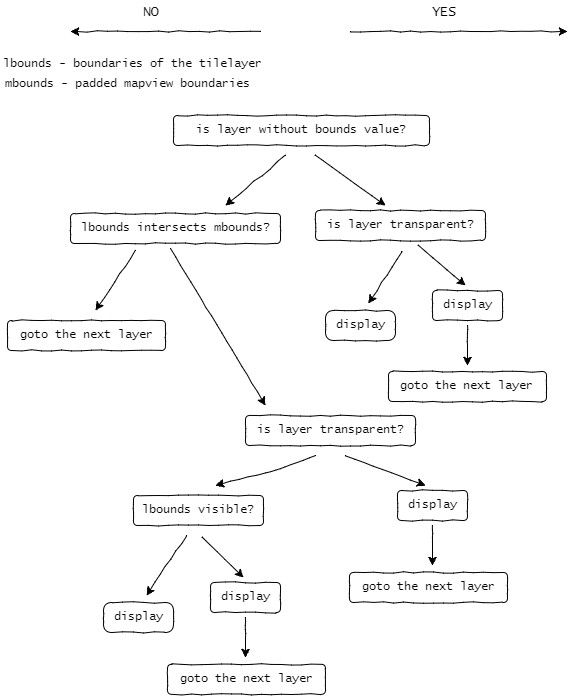
Above: schema.png in adammertel/Leaflet.TilesExtentManager (draw.io), before the change. Source tidied: cells renumbered, new cells last; positions are measured from the earlier drawing's top-left corner, leaving out a move shared by most shapes.
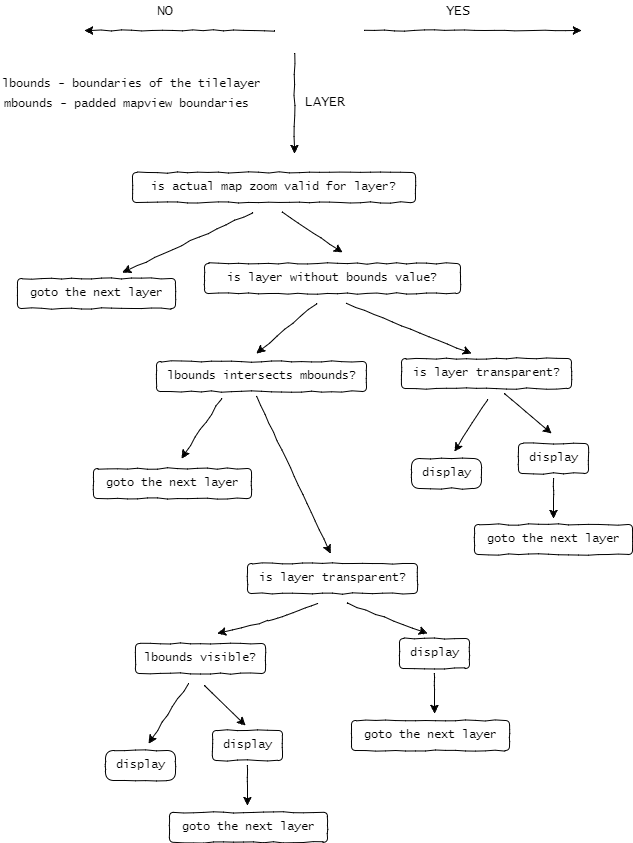
The same file after the commit.

The edit, as a diff of the source:
```diff
@@ -4,159 +4,186 @@
     <mxCell id="1" parent="0" />
     <mxCell id="2" style="endArrow=classic;html=1;comic=1;" parent="1" edge="1">
       <mxGeometry relative="1" as="geometry">
-        <mxPoint x="284" y="154" as="sourcePoint" />
-        <mxPoint x="224" y="204" as="targetPoint" />
+        <mxPoint x="295" y="292" as="sourcePoint" />
+        <mxPoint x="235" y="342" as="targetPoint" />
       </mxGeometry>
     </mxCell>
     <mxCell id="3" style="endArrow=classic;html=1;comic=1;" parent="1" edge="1">
-      <mxGeometry x="341" y="170" as="geometry">
-        <mxPoint x="314" y="154" as="sourcePoint" />
-        <mxPoint x="384" y="204" as="targetPoint" />
+      <mxGeometry x="407" y="308" as="geometry">
+        <mxPoint x="325" y="292" as="sourcePoint" />
+        <mxPoint x="450" y="342" as="targetPoint" />
       </mxGeometry>
     </mxCell>
     <mxCell id="4" style="endArrow=classic;html=1;labelBorderColor=none;comic=1;" parent="1" edge="1">
-      <mxGeometry x="141" y="275" as="geometry">
-        <mxPoint x="134" y="249" as="sourcePoint" />
-        <mxPoint x="94" y="309" as="targetPoint" />
+      <mxGeometry x="207" y="413" as="geometry">
+        <mxPoint x="200" y="387" as="sourcePoint" />
+        <mxPoint x="160" y="447" as="targetPoint" />
       </mxGeometry>
     </mxCell>
     <mxCell id="5" style="endArrow=classic;html=1;labelBorderColor=none;comic=1;" parent="1" edge="1">
-      <mxGeometry x="186" y="273" as="geometry">
-        <mxPoint x="169" y="247" as="sourcePoint" />
-        <mxPoint x="264" y="404" as="targetPoint" />
+      <mxGeometry x="252" y="411" as="geometry">
+        <mxPoint x="235" y="385" as="sourcePoint" />
+        <mxPoint x="309" y="542" as="targetPoint" />
       </mxGeometry>
     </mxCell>
     <mxCell id="6" style="endArrow=classic;html=1;comic=1;" parent="1" edge="1">
       <mxGeometry relative="1" as="geometry">
-        <mxPoint x="259" y="30" as="sourcePoint" />
-        <mxPoint x="69" y="30" as="targetPoint" />
+        <mxPoint x="253" y="19" as="sourcePoint" />
+        <mxPoint x="63" y="19" as="targetPoint" />
       </mxGeometry>
     </mxCell>
     <mxCell id="7" value="NO" style="text;html=1;strokeColor=none;fillColor=none;align=center;verticalAlign=middle;whiteSpace=wrap;fontFamily=Lucida Console;fontSize=14;" parent="1" vertex="1">
-      <mxGeometry x="129" width="40" height="20" as="geometry" />
+      <mxGeometry x="123" y="-11" width="40" height="20" as="geometry" />
     </mxCell>
     <mxCell id="8" style="endArrow=classic;html=1;comic=1;" parent="1" edge="1">
-      <mxGeometry x="206" y="56" as="geometry">
-        <mxPoint x="349" y="30" as="sourcePoint" />
-        <mxPoint x="566" y="30" as="targetPoint" />
+      <mxGeometry x="200" y="45" as="geometry">
+        <mxPoint x="343" y="19" as="sourcePoint" />
+        <mxPoint x="560" y="19" as="targetPoint" />
       </mxGeometry>
     </mxCell>
     <mxCell id="9" value="YES" style="text;html=1;strokeColor=none;fillColor=none;align=center;verticalAlign=middle;whiteSpace=wrap;fontFamily=Lucida Console;fontSize=14;" parent="1" vertex="1">
-      <mxGeometry x="422" width="40" height="20" as="geometry" />
+      <mxGeometry x="416" y="-11" width="40" height="20" as="geometry" />
     </mxCell>
     <mxCell id="10" style="endArrow=classic;html=1;comic=1;" parent="1" edge="1">
-      <mxGeometry x="434" y="270" as="geometry">
-        <mxPoint x="417" y="244" as="sourcePoint" />
-        <mxPoint x="464" y="284" as="targetPoint" />
+      <mxGeometry x="500" y="408" as="geometry">
+        <mxPoint x="483" y="382" as="sourcePoint" />
+        <mxPoint x="530" y="422" as="targetPoint" />
       </mxGeometry>
     </mxCell>
     <mxCell id="11" value="is layer transparent?" style="text;html=1;fontFamily=Lucida Console;fontColor=#000000;align=center;strokeColor=#000000;rounded=1;comic=1;" parent="1" vertex="1">
-      <mxGeometry x="314" y="209" width="170" height="30" as="geometry" />
+      <mxGeometry x="380" y="347" width="170" height="30" as="geometry" />
     </mxCell>
     <mxCell id="12" value="is layer transparent?" style="text;html=1;fontFamily=Lucida Console;fontColor=#000000;align=center;strokeColor=#000000;rounded=1;comic=1;" parent="1" vertex="1">
-      <mxGeometry x="244" y="414" width="170" height="30" as="geometry" />
+      <mxGeometry x="226" y="552" width="170" height="30" as="geometry" />
     </mxCell>
     <mxCell id="13" value="lbounds intersects mbounds?" style="text;html=1;fontFamily=Lucida Console;fontColor=#000000;rounded=1;fillColor=none;strokeColor=#000000;comic=1;align=center;" parent="1" vertex="1">
-      <mxGeometry x="69" y="212" width="210" height="30" as="geometry" />
+      <mxGeometry x="135" y="350" width="210" height="30" as="geometry" />
     </mxCell>
     <mxCell id="14" value="display" style="text;html=1;fontFamily=Lucida Console;fontColor=#000000;strokeColor=#000000;rounded=1;comic=1;align=center;arcSize=29;" parent="1" vertex="1">
-      <mxGeometry x="324" y="309" width="70" height="30" as="geometry" />
+      <mxGeometry x="390" y="447" width="70" height="30" as="geometry" />
     </mxCell>
     <mxCell id="15" value="display" style="text;html=1;fontFamily=Lucida Console;fontColor=#000000;strokeColor=#000000;rounded=1;comic=1;align=center;" parent="1" vertex="1">
-      <mxGeometry x="431" y="289" width="70" height="30" as="geometry" />
+      <mxGeometry x="497" y="432" width="70" height="30" as="geometry" />
     </mxCell>
     <mxCell id="16" style="endArrow=classic;html=1;comic=1;" parent="1" edge="1">
-      <mxGeometry x="414" y="268" as="geometry">
-        <mxPoint x="400" y="250" as="sourcePoint" />
-        <mxPoint x="367" y="302" as="targetPoint" />
+      <mxGeometry x="480" y="406" as="geometry">
+        <mxPoint x="466" y="388" as="sourcePoint" />
+        <mxPoint x="433" y="440" as="targetPoint" />
       </mxGeometry>
     </mxCell>
     <mxCell id="17" style="endArrow=classic;html=1;comic=1;" parent="1" edge="1">
-      <mxGeometry x="483" y="350" as="geometry">
-        <mxPoint x="466" y="324" as="sourcePoint" />
-        <mxPoint x="466" y="364" as="targetPoint" />
+      <mxGeometry x="549" y="493" as="geometry">
+        <mxPoint x="532" y="467" as="sourcePoint" />
+        <mxPoint x="532" y="507" as="targetPoint" />
         <Array as="points">
-          <mxPoint x="466" y="354" />
+          <mxPoint x="532" y="497" />
         </Array>
       </mxGeometry>
     </mxCell>
     <mxCell id="18" style="endArrow=classic;html=1;comic=1;" parent="1" edge="1">
-      <mxGeometry x="399" y="470" as="geometry">
-        <mxPoint x="344" y="454" as="sourcePoint" />
-        <mxPoint x="424" y="484" as="targetPoint" />
+      <mxGeometry x="381" y="608" as="geometry">
+        <mxPoint x="326" y="592" as="sourcePoint" />
+        <mxPoint x="406" y="622" as="targetPoint" />
       </mxGeometry>
     </mxCell>
     <mxCell id="19" value="display" style="text;html=1;fontFamily=Lucida Console;fontColor=#000000;strokeColor=#000000;rounded=1;comic=1;align=center;" parent="1" vertex="1">
-      <mxGeometry x="396" y="489" width="70" height="30" as="geometry" />
+      <mxGeometry x="378" y="627" width="70" height="30" as="geometry" />
     </mxCell>
     <mxCell id="20" style="endArrow=classic;html=1;comic=1;" parent="1" edge="1">
-      <mxGeometry x="448" y="550" as="geometry">
-        <mxPoint x="431" y="524" as="sourcePoint" />
-        <mxPoint x="431" y="564" as="targetPoint" />
+      <mxGeometry x="430" y="688" as="geometry">
+        <mxPoint x="413" y="662" as="sourcePoint" />
+        <mxPoint x="413" y="702" as="targetPoint" />
         <Array as="points">
-          <mxPoint x="431" y="554" />
+          <mxPoint x="413" y="692" />
         </Array>
       </mxGeometry>
     </mxCell>
     <mxCell id="21" style="endArrow=classic;html=1;labelBorderColor=none;comic=1;" parent="1" edge="1">
-      <mxGeometry x="331" y="475" as="geometry">
-        <mxPoint x="314" y="454" as="sourcePoint" />
-        <mxPoint x="214" y="484" as="targetPoint" />
+      <mxGeometry x="313" y="613" as="geometry">
+        <mxPoint x="296" y="592" as="sourcePoint" />
+        <mxPoint x="196" y="622" as="targetPoint" />
         <Array as="points">
-          <mxPoint x="274" y="469" />
+          <mxPoint x="256" y="607" />
         </Array>
       </mxGeometry>
     </mxCell>
     <mxCell id="22" value="lbounds visible?" style="text;html=1;fontFamily=Lucida Console;fontColor=#000000;rounded=1;fillColor=none;strokeColor=#000000;comic=1;align=center;" parent="1" vertex="1">
-      <mxGeometry x="132" y="494" width="130" height="30" as="geometry" />
+      <mxGeometry x="114" y="632" width="130" height="30" as="geometry" />
     </mxCell>
     <mxCell id="23" style="endArrow=classic;html=1;comic=1;" parent="1" edge="1">
-      <mxGeometry x="212" y="562" as="geometry">
-        <mxPoint x="201" y="536" as="sourcePoint" />
-        <mxPoint x="242" y="576" as="targetPoint" />
+      <mxGeometry x="194" y="700" as="geometry">
+        <mxPoint x="183" y="674" as="sourcePoint" />
+        <mxPoint x="224" y="714" as="targetPoint" />
       </mxGeometry>
     </mxCell>
     <mxCell id="24" value="display" style="text;html=1;fontFamily=Lucida Console;fontColor=#000000;strokeColor=#000000;rounded=1;comic=1;align=center;arcSize=29;" parent="1" vertex="1">
-      <mxGeometry x="102" y="601" width="70" height="30" as="geometry" />
+      <mxGeometry x="84" y="739" width="70" height="30" as="geometry" />
     </mxCell>
     <mxCell id="25" value="display" style="text;html=1;fontFamily=Lucida Console;fontColor=#000000;strokeColor=#000000;rounded=1;comic=1;align=center;" parent="1" vertex="1">
-      <mxGeometry x="209" y="581" width="70" height="30" as="geometry" />
+      <mxGeometry x="191" y="719" width="70" height="30" as="geometry" />
     </mxCell>
     <mxCell id="26" style="endArrow=classic;html=1;comic=1;" parent="1" edge="1">
-      <mxGeometry x="192" y="560" as="geometry">
-        <mxPoint x="185" y="534" as="sourcePoint" />
-        <mxPoint x="145" y="594" as="targetPoint" />
+      <mxGeometry x="174" y="698" as="geometry">
+        <mxPoint x="167" y="672" as="sourcePoint" />
+        <mxPoint x="127" y="732" as="targetPoint" />
       </mxGeometry>
     </mxCell>
     <mxCell id="27" style="endArrow=classic;html=1;comic=1;" parent="1" edge="1">
-      <mxGeometry x="261" y="642" as="geometry">
-        <mxPoint x="244" y="616" as="sourcePoint" />
-        <mxPoint x="244" y="656" as="targetPoint" />
+      <mxGeometry x="243" y="780" as="geometry">
+        <mxPoint x="226" y="754" as="sourcePoint" />
+        <mxPoint x="226" y="794" as="targetPoint" />
         <Array as="points">
-          <mxPoint x="244" y="646" />
+          <mxPoint x="226" y="784" />
         </Array>
       </mxGeometry>
     </mxCell>
     <mxCell id="28" value="is layer without bounds value?" style="text;html=1;fontFamily=Lucida Console;fontColor=#000000;rounded=1;fillColor=none;strokeColor=#000000;comic=1;align=center;" parent="1" vertex="1">
-      <mxGeometry x="172" y="114" width="256" height="30" as="geometry" />
+      <mxGeometry x="183" y="252" width="256" height="30" as="geometry" />
     </mxCell>
     <mxCell id="29" value="goto the next layer" style="text;html=1;fontFamily=Lucida Console;fontColor=#000000;strokeColor=#000000;rounded=1;comic=1;align=center;" parent="1" vertex="1">
-      <mxGeometry x="6" y="319" width="158" height="30" as="geometry" />
+      <mxGeometry x="72" y="457" width="158" height="30" as="geometry" />
     </mxCell>
     <mxCell id="30" value="goto the next layer" style="text;html=1;fontFamily=Lucida Console;fontColor=#000000;strokeColor=#000000;rounded=1;comic=1;align=center;" parent="1" vertex="1">
-      <mxGeometry x="387" y="370" width="158" height="30" as="geometry" />
+      <mxGeometry x="453" y="513" width="158" height="30" as="geometry" />
     </mxCell>
     <mxCell id="31" value="goto the next layer" style="text;html=1;fontFamily=Lucida Console;fontColor=#000000;strokeColor=#000000;rounded=1;comic=1;align=center;" parent="1" vertex="1">
-      <mxGeometry x="348" y="571" width="158" height="30" as="geometry" />
+      <mxGeometry x="330" y="709" width="158" height="30" as="geometry" />
     </mxCell>
     <mxCell id="32" value="goto the next layer" style="text;html=1;fontFamily=Lucida Console;fontColor=#000000;strokeColor=#000000;rounded=1;comic=1;align=center;" parent="1" vertex="1">
-      <mxGeometry x="166" y="662.8" width="158" height="30" as="geometry" />
+      <mxGeometry x="148" y="800.8" width="158" height="30" as="geometry" />
     </mxCell>
     <mxCell id="33" value="lbounds - boundaries of the tilelayer" style="text;html=1;strokeColor=none;fillColor=none;align=left;verticalAlign=middle;whiteSpace=wrap;fontFamily=Lucida Console;fontSize=12;fontStyle=0;" parent="1" vertex="1">
-      <mxGeometry y="52" width="372" height="20" as="geometry" />
+      <mxGeometry x="-21" y="62" width="274" height="20" as="geometry" />
     </mxCell>
     <mxCell id="34" value="mbounds - padded mapview boundaries" style="text;html=1;strokeColor=none;fillColor=none;align=left;verticalAlign=middle;whiteSpace=wrap;fontFamily=Lucida Console;fontSize=12;fontStyle=0;" parent="1" vertex="1">
-      <mxGeometry x="2" y="72" width="372" height="20" as="geometry" />
+      <mxGeometry x="-19" y="82" width="272" height="20" as="geometry" />
     </mxCell>
+    <mxCell id="35" value="is actual map zoom valid for layer?" style="text;html=1;fontFamily=Lucida Console;fontColor=#000000;rounded=1;fillColor=none;strokeColor=#000000;comic=1;align=center;" parent="1" vertex="1">
+      <mxGeometry x="111" y="161" width="283" height="30" as="geometry" />
+    </mxCell>
+    <mxCell id="36" style="endArrow=classic;html=1;comic=1;" parent="1" edge="1">
+      <mxGeometry relative="1" as="geometry">
+        <mxPoint x="261" y="201" as="sourcePoint" />
+        <mxPoint x="321" y="241" as="targetPoint" />
+      </mxGeometry>
+    </mxCell>
+    <mxCell id="37" style="endArrow=classic;html=1;comic=1;" parent="1" edge="1">
+      <mxGeometry relative="1" as="geometry">
+        <mxPoint x="231" y="201" as="sourcePoint" />
+        <mxPoint x="101" y="261" as="targetPoint" />
+      </mxGeometry>
+    </mxCell>
+    <mxCell id="38" value="goto the next layer" style="text;html=1;fontFamily=Lucida Console;fontColor=#000000;strokeColor=#000000;rounded=1;comic=1;align=center;" parent="1" vertex="1">
+      <mxGeometry x="-4" y="267" width="158" height="30" as="geometry" />
+    </mxCell>
+    <mxCell id="39" style="endArrow=classic;html=1;comic=1;" parent="1" edge="1">
+      <mxGeometry relative="1" as="geometry">
+        <mxPoint x="273" y="42" as="sourcePoint" />
+        <mxPoint x="273" y="142" as="targetPoint" />
+      </mxGeometry>
+    </mxCell>
+    <mxCell id="40" value="LAYER" style="text;html=1;strokeColor=none;fillColor=none;align=center;verticalAlign=middle;whiteSpace=wrap;fontFamily=Lucida Console;fontSize=14;" parent="1" vertex="1">
+      <mxGeometry x="283" y="80" width="40" height="20" as="geometry" />
+    </mxCell>
   </root>
 </mxGraphModel>
```
